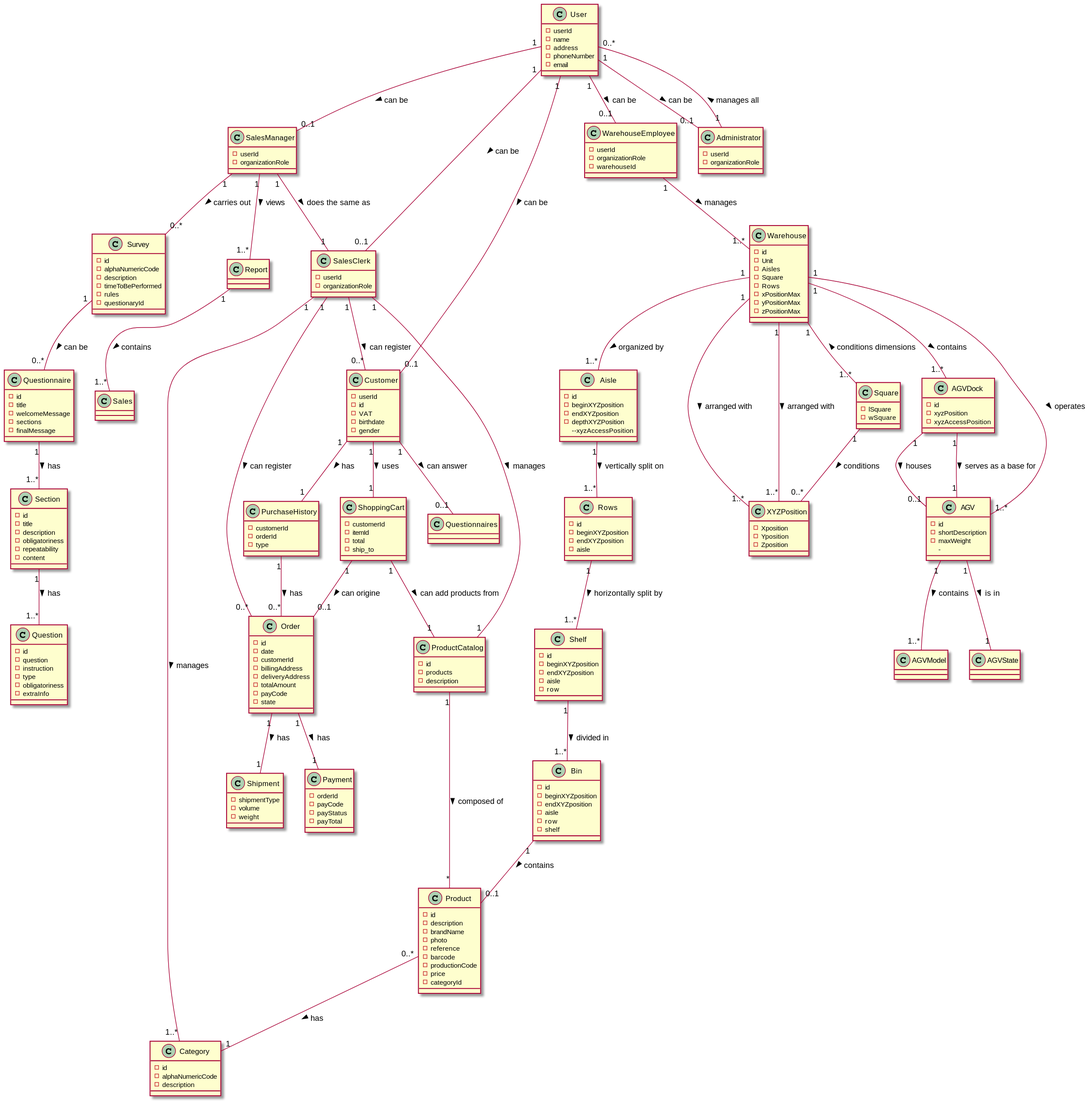
Above: docs/SprintA/US1001/AnemicDomainModel.svg in RuiRioPina/LAPR4-21-22 (PlantUML), before the change.
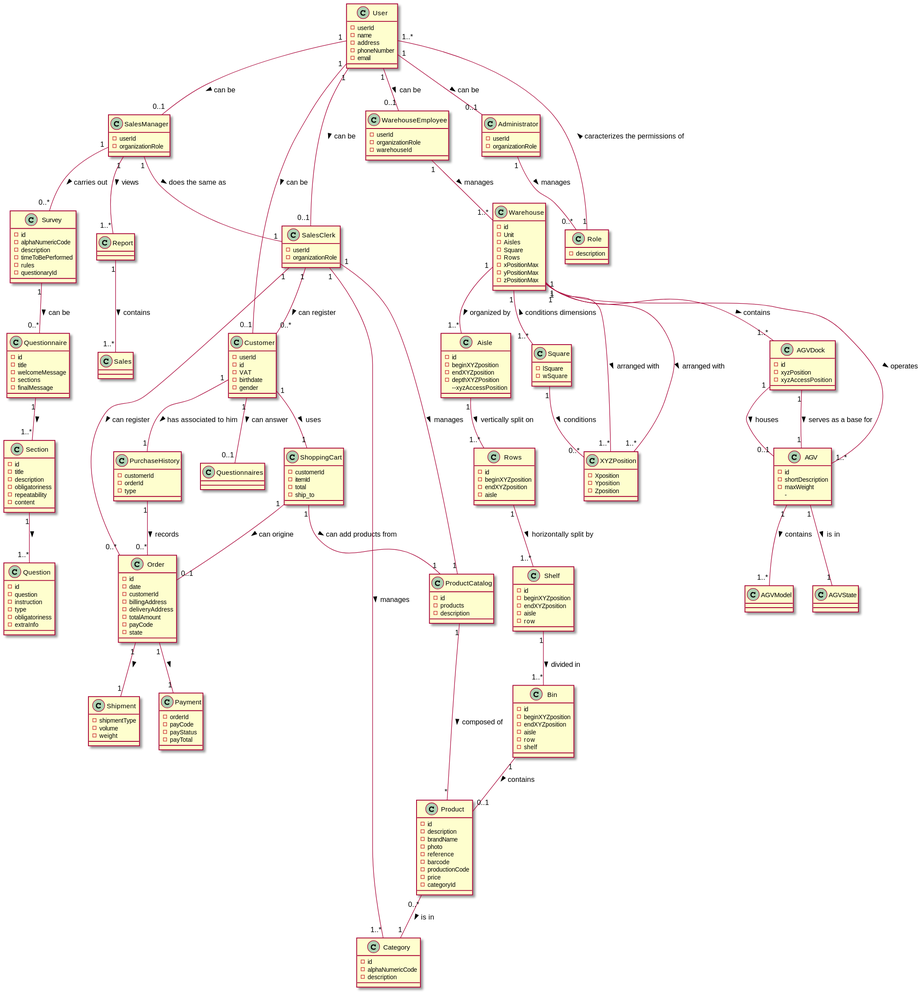
After the change.

Commit message:
closes #4; [US1001]: [Implementation]: Updated the DDD and Domain Model to incorporate new decisions made and added the Justifications.md file.

Change to the diagram source:
```diff
@@ -200,25 +200,29 @@
         -
     }
 
+    class Role {
+           -description
+    }
+
 
     User "1" -- "0..1" SalesManager : can be >
     User "1" -- "0..1" Administrator : can be >
     User "1" -- "0..1" SalesClerk : can be >
     User "1" -- "0..1" WarehouseEmployee : can be >
     User "1" -- "0..1" Customer : can be >
-    Product "0..*" -- "1" Category: has >
+    Product "0..*" -- "1" Category: is in >
     ProductCatalog "1" -- "*" Product: composed of >
     ShoppingCart "1" -- "1" ProductCatalog: can add products from >
     ShoppingCart "1" -- "0..1" Order : can origine >
-    Order "1" -- "1" Shipment: has >
-    Order "1" -- "1" Payment: has >
+    Order "1" -- "1" Shipment: >
+    Order "1" -- "1" Payment:  >
     Customer "1" -- "1" ShoppingCart : uses >
     SalesClerk "1" -- "0..*" Customer : can register >
     SalesClerk "1" -- "0..*" Order : can register >
     SalesClerk "1" -- "1" ProductCatalog : manages >
     SalesClerk "1" -- "1..*" Category : manages >
-    Customer "1" -- "1" PurchaseHistory : has >
-    PurchaseHistory "1" -- "0..*" Order : has >
+    Customer "1" -- "1" PurchaseHistory : has associated to him >
+    PurchaseHistory "1" -- "0..*" Order : records >
     Warehouse "1" -- "1..*" Aisle : organized by >
     Aisle "1" -- "1..*" Rows : vertically split on >
     Rows "1" -- "1..*" Shelf : horizontally split by >
@@ -227,12 +231,13 @@
     Warehouse "1" -- "1..*" Square : < conditions dimensions
     WarehouseEmployee "1" --"1..*" Warehouse: manages >
     SalesManager "1" -- "1" SalesClerk: does the same as >
-    Administrator "1" -- "0..*" User: manages all >
+    Administrator "1" -- "0..*" Role: manages >
+    Role "1" -- "1..*" User: caracterizes the permissions of >
     SalesManager "1" -- "0..*" Survey: carries out >
     Survey "1" -- "0..*" Questionnaire: can be >
     Customer "1" -- "0..1" Questionnaires: can answer >
-    Section "1" -- "1..*" Question: has >
-    Questionnaire "1" -- "1..*" Section: has >
+    Section "1" -- "1..*" Question: >
+    Questionnaire "1" -- "1..*" Section: >
     SalesManager "1" -- "1..*" Report: views >
     Report "1" -- "1..*" Sales: contains >
     Warehouse "1" -- "1..*" AGV: operates >
```
